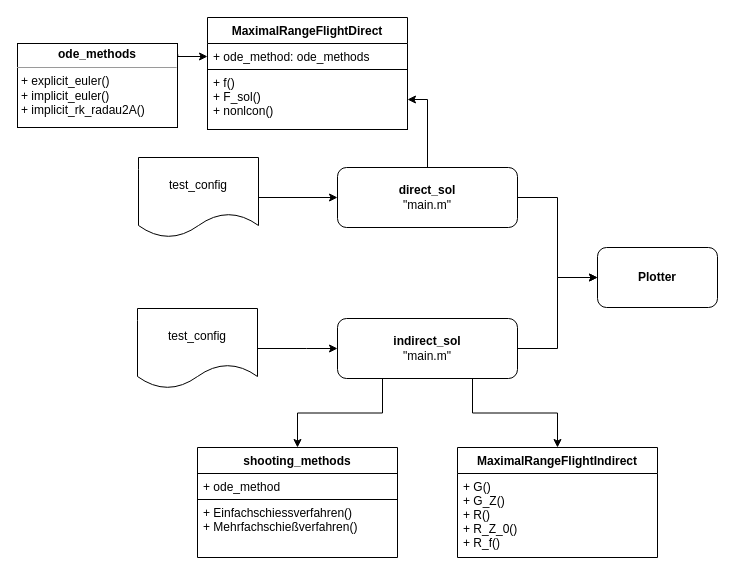
Earlier version of the draw.io diagram doc/images/03_TechnischeUmsetzung/code_structure.drawio (pgehring/maximalrangeflight). Source tidied: cells renumbered, new cells numbered last; positions are measured from the earlier drawing's top-left corner, leaving out a move shared by most shapes. Both pictures are drawn from the tidied source at 100%, with x=0, y=0 at pixel (17, 17).
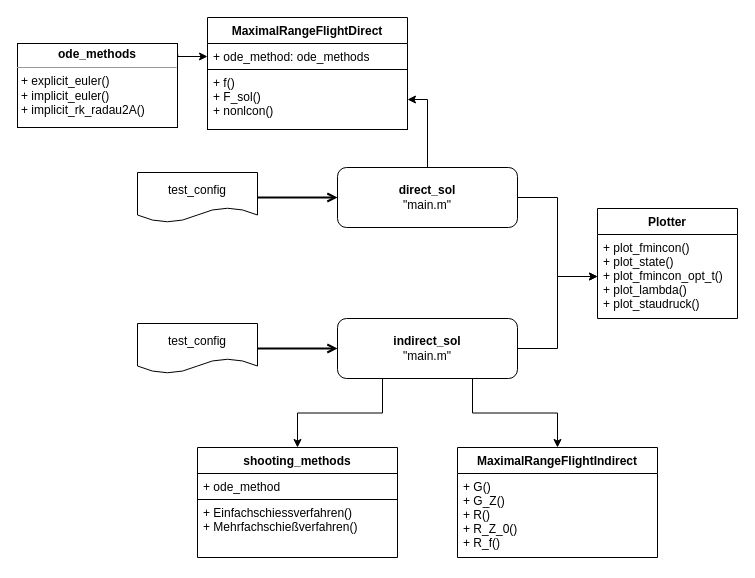
After the change.

Commit message (it also covers changes not shown here):
plotter klasse in grafik angepasst

Unchanged cells that the change refers to:
```xml
<mxCell id="4" value="&lt;b&gt;direct_sol&lt;/b&gt;&lt;br&gt;&quot;main.m&quot;" style="rounded=1;whiteSpace=wrap;html=1;" parent="1" vertex="1">
  <mxGeometry x="320" y="150" width="180" height="60" as="geometry" />
</mxCell>
<mxCell id="12" value="&lt;b&gt;indirect_sol&lt;/b&gt;&lt;br&gt;&quot;main.m&quot;" style="rounded=1;whiteSpace=wrap;html=1;" parent="1" vertex="1">
  <mxGeometry x="320" y="301" width="180" height="60" as="geometry" />
</mxCell>
```

What changed in the source:
```diff
@@
-    <mxCell id="2" value="&lt;b&gt;Plotter&lt;/b&gt;" style="rounded=1;whiteSpace=wrap;html=1;" parent="1" vertex="1">
-      <mxGeometry x="580" y="230" width="120" height="60" as="geometry" />
-    </mxCell>
@@
-    <mxCell id="5" style="edgeStyle=orthogonalEdgeStyle;rounded=0;jettySize=auto;html=1;exitX=1;exitY=0.5;exitDx=0;exitDy=0;entryX=0;entryY=0.5;entryDx=0;entryDy=0;" parent="1" edge="1" source="6" target="4">
+    <mxCell id="5" style="edgeStyle=orthogonalEdgeStyle;rounded=0;jettySize=auto;html=1;exitX=1;exitY=0.5;exitDx=0;exitDy=0;entryX=0;entryY=0.5;entryDx=0;entryDy=0;strokeColor=#000000;endArrow=open;endFill=0;strokeWidth=2;startSize=6;" parent="1" edge="1" source="6" target="4">
       <mxGeometry relative="1" as="geometry" />
     </mxCell>
     <mxCell id="6" value="test_config" style="shape=document;whiteSpace=wrap;html=1;boundedLbl=1;" parent="1" vertex="1">
-      <mxGeometry x="121" y="140" width="120" height="80" as="geometry" />
+      <mxGeometry x="120" y="155" width="120" height="50" as="geometry" />
     </mxCell>
-    <mxCell id="7" style="edgeStyle=orthogonalEdgeStyle;rounded=0;jettySize=auto;html=1;exitX=1;exitY=0.5;exitDx=0;exitDy=0;entryX=0;entryY=0.5;entryDx=0;entryDy=0;" parent="1" edge="1" source="8" target="12">
-      <mxGeometry relative="1" as="geometry">
-        <Array as="points">
-          <mxPoint x="289" y="331" />
-        </Array>
-      </mxGeometry>
-    </mxCell>
-    <mxCell id="8" value="test_config" style="shape=document;whiteSpace=wrap;html=1;boundedLbl=1;" parent="1" vertex="1">
-      <mxGeometry x="120" y="291" width="120" height="80" as="geometry" />
-    </mxCell>
@@
-    <mxCell id="17" style="edgeStyle=orthogonalEdgeStyle;rounded=0;jettySize=auto;html=1;entryX=0;entryY=0.5;entryDx=0;entryDy=0;exitX=1;exitY=0.5;exitDx=0;exitDy=0;" parent="1" edge="1" source="4" target="2">
-      <mxGeometry relative="1" as="geometry" />
-    </mxCell>
@@
-    <mxCell id="20" style="edgeStyle=orthogonalEdgeStyle;rounded=0;jettySize=auto;html=1;entryX=0;entryY=0.5;entryDx=0;entryDy=0;exitX=1;exitY=0.5;exitDx=0;exitDy=0;" parent="1" edge="1" source="12" target="2">
-      <mxGeometry relative="1" as="geometry" />
-    </mxCell>
@@
+    <mxCell id="2" value="Plotter" style="swimlane;fontStyle=1;align=center;verticalAlign=top;horizontal=1;startSize=26;" parent="1" vertex="1">
+      <mxGeometry x="580" y="191" width="140" height="110" as="geometry" />
+    </mxCell>
+    <mxCell id="24" value="+ plot_fmincon()&#10;+ plot_state()&#10;+ plot_fmincon_opt_t()&#10;+ plot_lambda()&#10;+ plot_staudruck()" style="text;strokeColor=none;fillColor=none;align=left;verticalAlign=top;spacingLeft=4;spacingRight=4;overflow=hidden;points=[[0,0.5],[1,0.5]];portConstraint=eastwest;" parent="2" vertex="1">
+      <mxGeometry y="26" width="140" height="84" as="geometry" />
+    </mxCell>
+    <mxCell id="25" style="edgeStyle=orthogonalEdgeStyle;rounded=0;jettySize=auto;html=1;exitX=0;exitY=0.5;exitDx=0;exitDy=0;entryX=1;entryY=0.5;entryDx=0;entryDy=0;startArrow=classic;startFill=1;endArrow=none;endFill=0;" parent="1" edge="1" source="24" target="4">
+      <mxGeometry relative="1" as="geometry" />
+    </mxCell>
+    <mxCell id="26" style="edgeStyle=orthogonalEdgeStyle;rounded=0;jettySize=auto;html=1;exitX=0;exitY=0.5;exitDx=0;exitDy=0;entryX=1;entryY=0.5;entryDx=0;entryDy=0;startArrow=classic;startFill=1;endArrow=none;endFill=0;" parent="1" edge="1" source="24" target="12">
+      <mxGeometry relative="1" as="geometry" />
+    </mxCell>
+    <mxCell id="7" style="edgeStyle=orthogonalEdgeStyle;rounded=0;jettySize=auto;html=1;exitX=1;exitY=0.5;exitDx=0;exitDy=0;entryX=0;entryY=0.5;entryDx=0;entryDy=0;strokeColor=#000000;endArrow=open;endFill=0;strokeWidth=2;startSize=6;" parent="1" edge="1" source="8" target="12">
+      <mxGeometry relative="1" as="geometry" />
+    </mxCell>
+    <mxCell id="8" value="test_config" style="shape=document;whiteSpace=wrap;html=1;boundedLbl=1;" parent="1" vertex="1">
+      <mxGeometry x="120" y="306" width="120" height="50" as="geometry" />
+    </mxCell>
```
